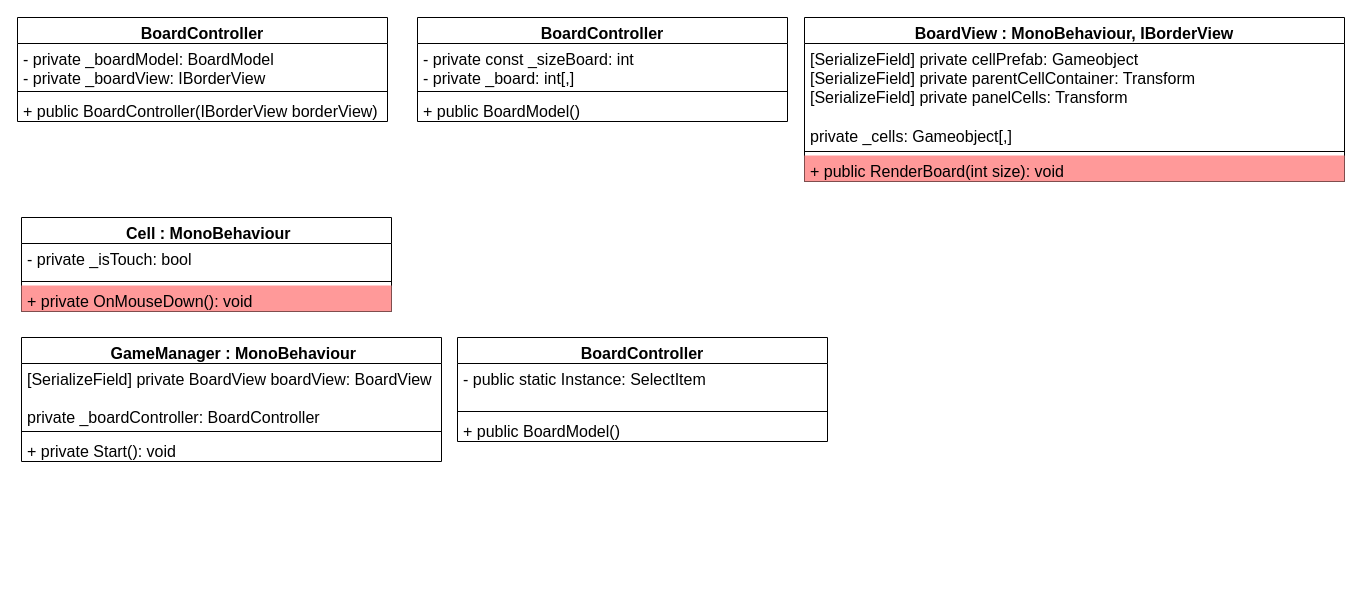
mityus/Tic-Tac-Toe keeps this draw.io diagram as Diagrams/ Tic-Tac-Toe.drawio. Above is the earlier version. Source tidied: cells renumbered, new cells numbered last; positions are measured from the earlier drawing's top-left corner, leaving out a move shared by most shapes. Both pictures are drawn from the tidied source at 100%, with x=0, y=0 at pixel (17, 17).
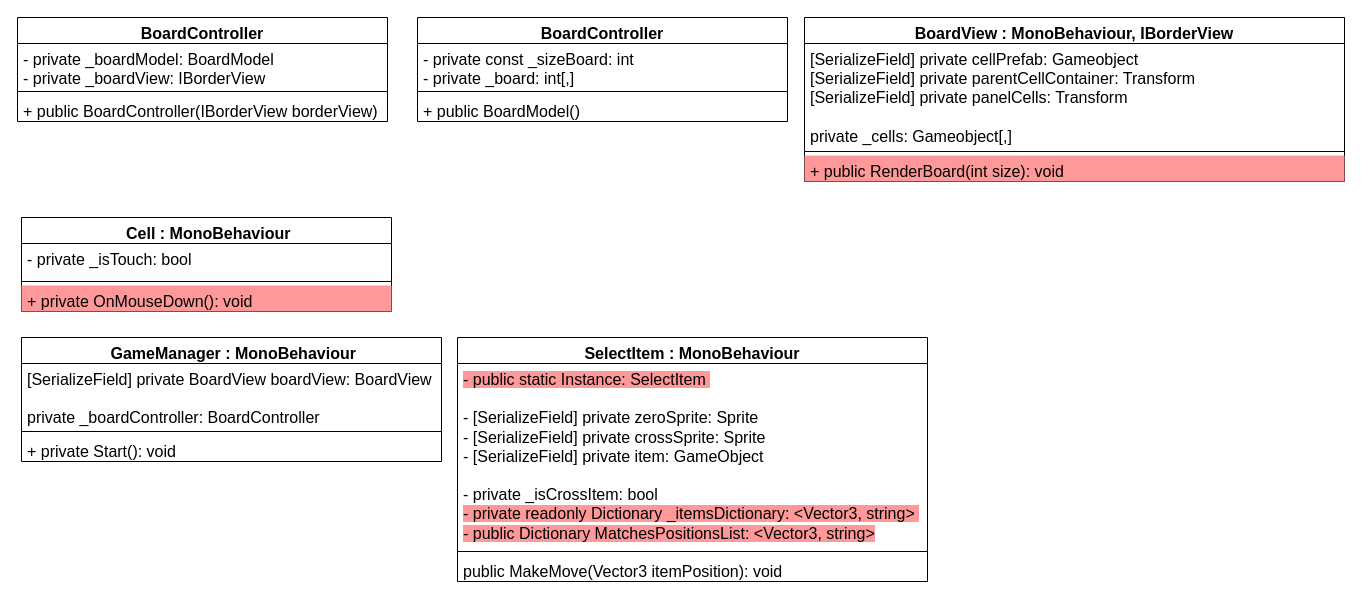
Above is the later version.

The edit, as a diff of the source:
```diff
@@
-    <mxCell id="22" value="BoardController" style="swimlane;fontStyle=1;align=center;verticalAlign=top;horizontal=1;startSize=26;whiteSpace=wrap;html=1;fontSize=16;" parent="1" vertex="1">
-      <mxGeometry x="440" y="320" width="370" height="104" as="geometry" />
+    <mxCell id="22" value="SelectItem : MonoBehaviour" style="swimlane;fontStyle=1;align=center;verticalAlign=top;horizontal=1;startSize=26;whiteSpace=wrap;html=1;fontSize=16;" parent="1" vertex="1">
+      <mxGeometry x="440" y="320" width="470" height="244" as="geometry" />
     </mxCell>
-    <mxCell id="23" value="&lt;div&gt;-&amp;nbsp;public static Instance: SelectItem&amp;nbsp;&lt;/div&gt;" style="text;strokeColor=none;fillColor=none;align=left;verticalAlign=top;spacingLeft=4;spacingRight=4;overflow=hidden;whiteSpace=wrap;html=1;fontSize=16;" parent="22" vertex="1">
-      <mxGeometry y="26" width="370" height="44" as="geometry" />
+    <mxCell id="23" value="&lt;div&gt;&lt;span style=&quot;background-color: rgb(255, 153, 153);&quot;&gt;-&amp;nbsp;public static Instance: SelectItem&amp;nbsp;&lt;/span&gt;&lt;/div&gt;&lt;div&gt;&lt;span style=&quot;background-color: rgb(255, 153, 153);&quot;&gt;&lt;br&gt;&lt;/span&gt;&lt;/div&gt;&lt;div&gt;&lt;div&gt;- [SerializeField] private zeroSprite: Sprite&lt;/div&gt;&lt;div&gt;- [SerializeField] private crossSprite: Sprite&lt;/div&gt;&lt;div style=&quot;&quot;&gt;- [SerializeField] private item: GameObject&lt;br&gt;&lt;/div&gt;&lt;div style=&quot;&quot;&gt;&lt;br&gt;&lt;/div&gt;&lt;div style=&quot;&quot;&gt;- private _isCrossItem: bool&lt;br&gt;&lt;/div&gt;&lt;div style=&quot;&quot;&gt;&lt;div style=&quot;&quot;&gt;&lt;span style=&quot;background-color: rgb(255, 153, 153);&quot;&gt;- private readonly Dictionary _itemsDictionary: &amp;lt;Vector3, string&amp;gt;&amp;nbsp;&lt;/span&gt;&lt;/div&gt;&lt;div style=&quot;&quot;&gt;&lt;span style=&quot;background-color: rgb(255, 153, 153);&quot;&gt;- public Dictionary MatchesPositionsList: &amp;lt;Vector3, string&amp;gt;&lt;/span&gt;&lt;/div&gt;&lt;/div&gt;&lt;/div&gt;" style="text;strokeColor=none;fillColor=none;align=left;verticalAlign=top;spacingLeft=4;spacingRight=4;overflow=hidden;whiteSpace=wrap;html=1;fontSize=16;" parent="22" vertex="1">
+      <mxGeometry y="26" width="470" height="184" as="geometry" />
     </mxCell>
     <mxCell id="24" style="line;strokeWidth=1;fillColor=none;align=left;verticalAlign=middle;spacingTop=-1;spacingLeft=3;spacingRight=3;labelPosition=right;strokeColor=inherit;fontSize=16;" parent="22" vertex="1">
-      <mxGeometry y="70" width="370" height="8" as="geometry" />
+      <mxGeometry y="210" width="470" height="8" as="geometry" />
     </mxCell>
-    <mxCell id="25" value="+&amp;nbsp;public BoardModel()" style="text;strokeColor=none;fillColor=none;align=left;verticalAlign=top;spacingLeft=4;spacingRight=4;overflow=hidden;whiteSpace=wrap;html=1;fontSize=16;" parent="22" vertex="1">
-      <mxGeometry y="78" width="370" height="26" as="geometry" />
+    <mxCell id="25" value="public MakeMove(Vector3 itemPosition): void" style="text;strokeColor=none;fillColor=none;align=left;verticalAlign=top;spacingLeft=4;spacingRight=4;overflow=hidden;whiteSpace=wrap;html=1;fontSize=16;" parent="22" vertex="1">
+      <mxGeometry y="218" width="470" height="26" as="geometry" />
     </mxCell>
```
